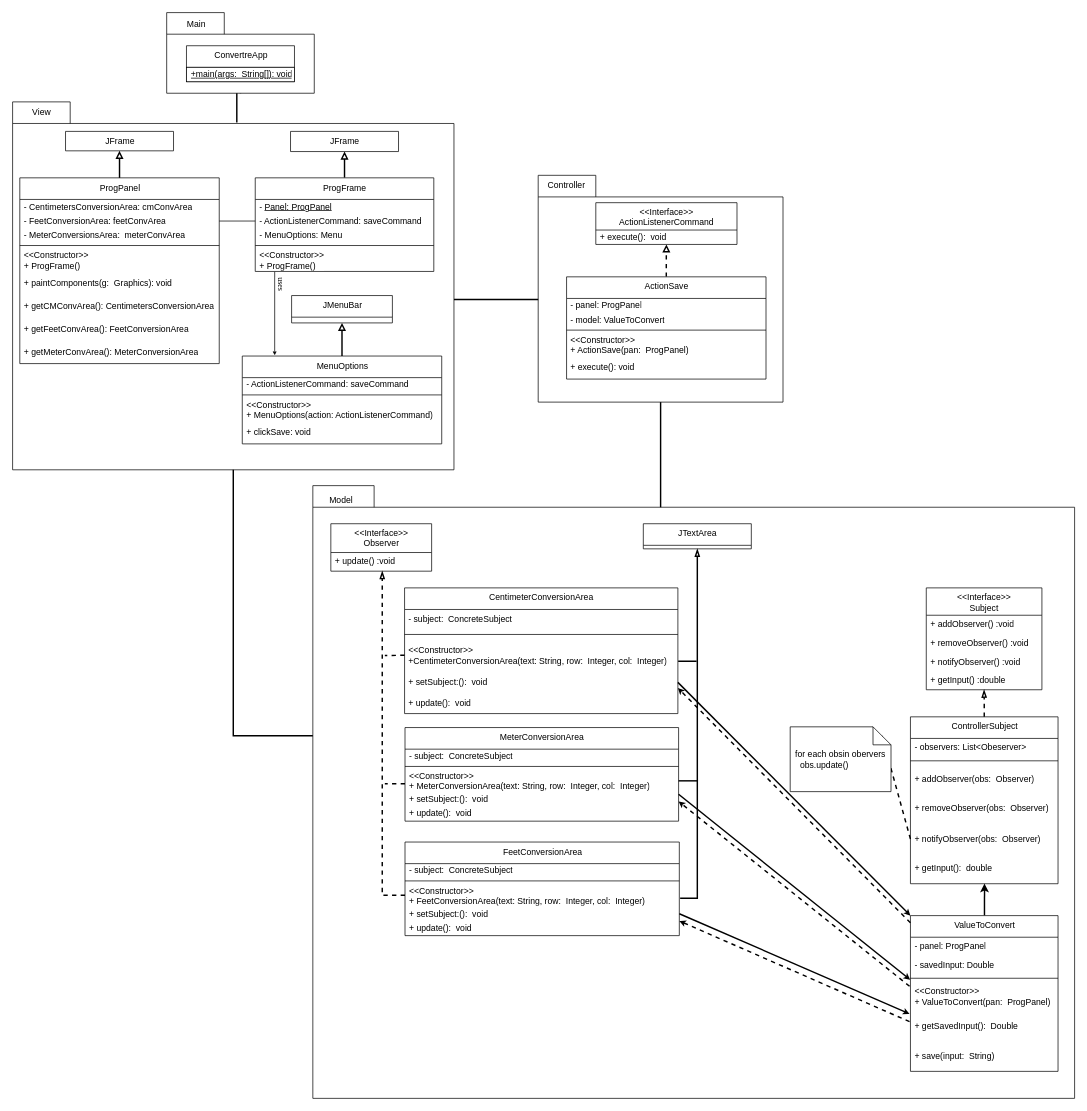
Earlier version of the draw.io diagram ConverterProject.drawio (orionnelson/lab6). Source tidied: cells renumbered, new cells numbered last; positions are measured from the earlier drawing's top-left corner, leaving out a move shared by most shapes. Both pictures are drawn from the tidied source at 72%, with x=0, y=0 at pixel (12, 12).
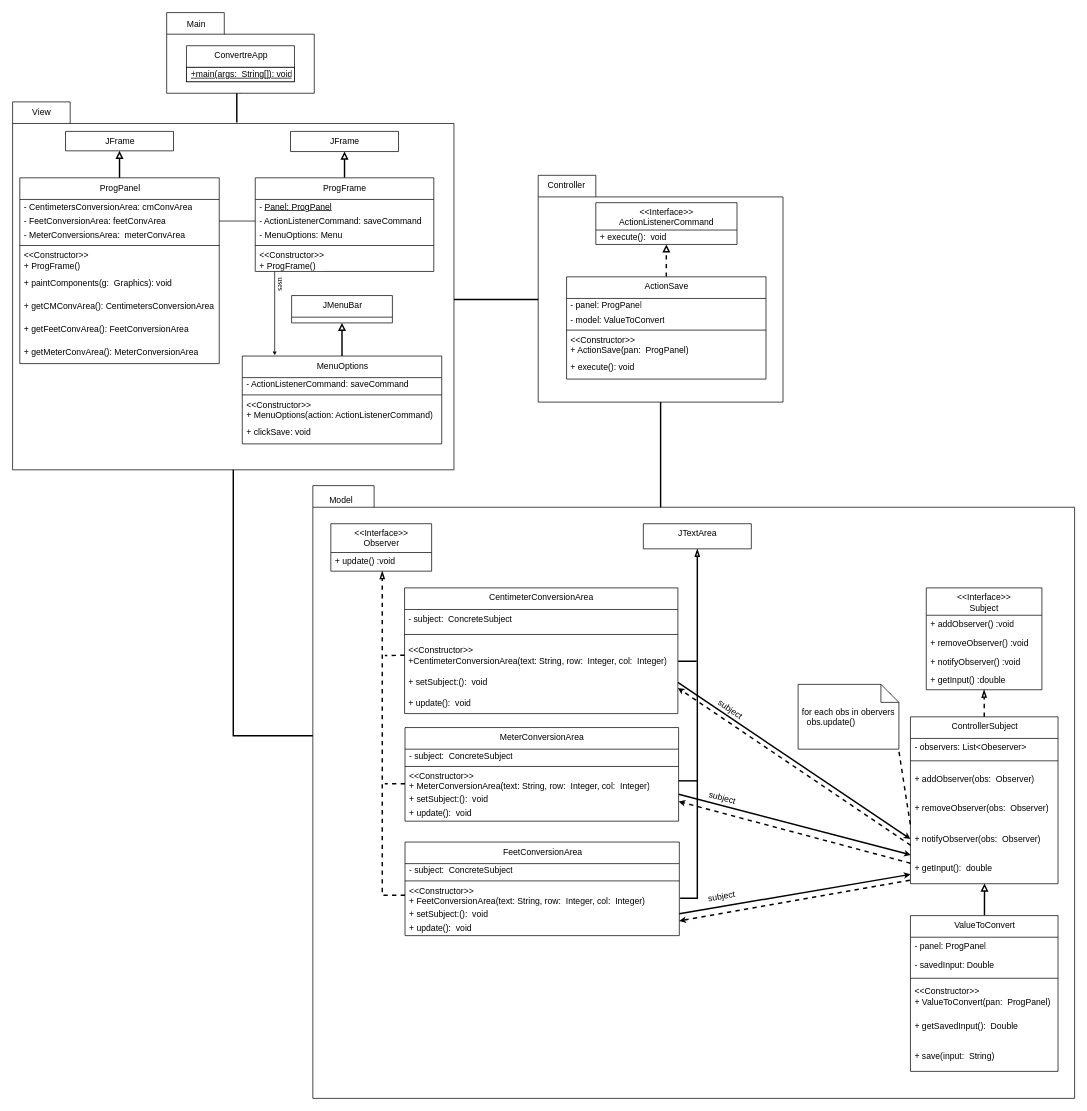
Above is the later version.

Commit message (it also covers changes not shown here):
Revised changes to UML and Report

The change refers to these unchanged cells:
```xml
<mxCell id="68" value="+ setSubject:():&amp;nbsp; void" style="text;html=1;strokeColor=none;fillColor=none;align=left;verticalAlign=middle;spacingLeft=4;spacingRight=4;overflow=hidden;points=[[0,0.5],[1,0.5]];portConstraint=eastwest;fontColor=default;" parent="64" vertex="1">
  <mxGeometry y="116.8" width="379.6" height="28.9" as="geometry" />
</mxCell>
<mxCell id="87" value="+ notifyObserver(obs:&amp;nbsp; Observer)" style="text;html=1;strokeColor=none;fillColor=none;align=left;verticalAlign=middle;spacingLeft=4;spacingRight=4;overflow=hidden;points=[[0,0.5],[1,0.5]];portConstraint=eastwest;fontColor=default;labelBackgroundColor=default;" parent="82" vertex="1">
  <mxGeometry y="149" width="205" height="41.4" as="geometry" />
</mxCell>
<mxCell id="88" value="+ getInput():&amp;nbsp; double" style="text;html=1;strokeColor=none;fillColor=none;align=left;verticalAlign=middle;spacingLeft=4;spacingRight=4;overflow=hidden;points=[[0,0.5],[1,0.5]];portConstraint=eastwest;fontColor=default;labelBackgroundColor=default;" parent="82" vertex="1">
  <mxGeometry y="190.4" width="205" height="41.4" as="geometry" />
</mxCell>
<mxCell id="100" value="ValueToConvert" style="swimlane;fontStyle=0;align=center;verticalAlign=top;horizontal=1;startSize=30;html=1;fillColor=default;strokeColor=default;fontColor=default;labelBackgroundColor=default;" parent="1" vertex="1">
  <mxGeometry x="1247" y="1254.2" width="205" height="216.3" as="geometry" />
</mxCell>
<mxCell id="103" style="line;strokeWidth=1;fillColor=none;align=left;verticalAlign=middle;spacingTop=-1;spacingLeft=3;spacingRight=3;labelPosition=right;points=[];portConstraint=eastwest;strokeColor=default;labelBackgroundColor=default;fontColor=default;" parent="100" vertex="1">
  <mxGeometry y="81.8" width="205" height="10.4" as="geometry" />
</mxCell>
<mxCell id="104" value="&amp;lt;&amp;lt;Constructor&amp;gt;&amp;gt;&lt;br&gt;+ ValueToConvert(pan:&amp;nbsp; ProgPanel)" style="text;html=1;strokeColor=none;fillColor=none;align=left;verticalAlign=middle;spacingLeft=4;spacingRight=4;overflow=hidden;points=[[0,0.5],[1,0.5]];portConstraint=eastwest;fontColor=default;labelBackgroundColor=default;" parent="100" vertex="1">
  <mxGeometry y="92.1" width="205" height="41.4" as="geometry" />
</mxCell>
<mxCell id="105" value="+ getSavedInput():&amp;nbsp; Double" style="text;html=1;strokeColor=none;fillColor=none;align=left;verticalAlign=middle;spacingLeft=4;spacingRight=4;overflow=hidden;points=[[0,0.5],[1,0.5]];portConstraint=eastwest;fontColor=default;labelBackgroundColor=default;" parent="100" vertex="1">
  <mxGeometry y="133.5" width="205" height="41.4" as="geometry" />
</mxCell>
```

Change to the diagram source:
```diff
@@
-    <mxCell id="81" style="edgeStyle=none;rounded=0;jettySize=auto;html=1;fontFamily=Times New Roman;endArrow=classic;endFill=1;strokeWidth=2;entryX=0.502;entryY=0.996;entryDx=0;entryDy=0;entryPerimeter=0;" parent="1" edge="1" source="100" target="88">
+    <mxCell id="81" style="edgeStyle=none;rounded=0;jettySize=auto;html=1;fontFamily=Helvetica;endArrow=block;endFill=0;strokeWidth=2;entryX=0.502;entryY=0.996;entryDx=0;entryDy=0;entryPerimeter=0;" parent="1" edge="1" source="100" target="88">
       <mxGeometry x="81.5" y="855" as="geometry" />
     </mxCell>
@@
-    <mxCell id="90" style="rounded=0;jettySize=auto;html=1;exitX=0;exitY=0.5;exitDx=0;exitDy=0;fontFamily=Times New Roman;startArrow=none;startFill=0;endArrow=none;endFill=0;strokeWidth=2;entryX=0;entryY=0;entryDx=127.5;entryDy=12.5;entryPerimeter=0;dashed=1;" parent="1" edge="1" source="87" target="107">
+    <mxCell id="90" style="rounded=0;jettySize=auto;html=1;exitX=-0.001;exitY=0.011;exitDx=0;exitDy=0;fontFamily=Times New Roman;startArrow=none;startFill=0;endArrow=none;endFill=0;strokeWidth=2;entryX=0;entryY=0;entryDx=127.5;entryDy=12.5;entryPerimeter=0;dashed=1;exitPerimeter=0;" parent="1" edge="1" source="87" target="107">
       <mxGeometry relative="1" as="geometry" />
     </mxCell>
@@
-    <mxCell id="99" value="JTextArea" style="swimlane;fontStyle=0;align=center;verticalAlign=top;horizontal=1;startSize=30;html=1;fillColor=default;strokeColor=default;fontColor=default;" parent="1" vertex="1">
+    <mxCell id="99" value="JTextArea" style="swimlane;fontStyle=0;align=center;verticalAlign=top;horizontal=1;startSize=35;html=1;fillColor=default;strokeColor=default;fontColor=default;" parent="1" vertex="1">
       <mxGeometry x="876" y="709.9" width="150" height="34.9" as="geometry" />
     </mxCell>
@@
-    <mxCell id="107" value="&lt;div&gt;for each obsin obervers&lt;/div&gt;&lt;div align=&quot;left&quot;&gt;&amp;nbsp; obs.update()&lt;br&gt;&lt;/div&gt;" style="shape=note2;boundedLbl=1;whiteSpace=wrap;html=1;size=25;verticalAlign=top;align=center;fontSize=12;" parent="1" vertex="1">
-      <mxGeometry x="1080" y="992" width="140" height="90" as="geometry" />
+    <mxCell id="107" value="&lt;div&gt;for each obs in obervers&lt;/div&gt;&lt;div align=&quot;left&quot;&gt;&amp;nbsp; obs.update()&lt;br&gt;&lt;/div&gt;" style="shape=note2;boundedLbl=1;whiteSpace=wrap;html=1;size=25;verticalAlign=top;align=center;fontSize=12;" parent="1" vertex="1">
+      <mxGeometry x="1091" y="933" width="140" height="90" as="geometry" />
     </mxCell>
@@
+    <mxCell id="118" value="subject" style="text;html=1;strokeColor=none;fillColor=none;align=center;verticalAlign=middle;whiteSpace=wrap;rounded=0;rotation=35;" parent="1" vertex="1">
+      <mxGeometry x="967" y="953" width="60" height="30" as="geometry" />
+    </mxCell>
+    <mxCell id="119" value="subject" style="text;html=1;strokeColor=none;fillColor=none;align=center;verticalAlign=middle;whiteSpace=wrap;rounded=0;rotation=15;" parent="1" vertex="1">
+      <mxGeometry x="956" y="1076" width="60" height="30" as="geometry" />
+    </mxCell>
+    <mxCell id="120" value="subject" style="text;html=1;strokeColor=none;fillColor=none;align=center;verticalAlign=middle;whiteSpace=wrap;rounded=0;rotation=-10;" parent="1" vertex="1">
+      <mxGeometry x="955" y="1213" width="60" height="30" as="geometry" />
+    </mxCell>
@@
-    <mxCell id="111" style="endArrow=none;html=1;rounded=0;fontFamily=Times New Roman;startSize=3;endSize=3;strokeWidth=2;startArrow=classic;startFill=1;endFill=0;exitX=0;exitY=0;exitDx=0;exitDy=0;entryX=1;entryY=0.5;entryDx=0;entryDy=0;" parent="110" edge="1" source="100" target="68">
+    <mxCell id="111" style="endArrow=none;html=1;rounded=0;fontFamily=Times New Roman;startSize=3;endSize=3;strokeWidth=2;startArrow=classic;startFill=1;endFill=0;exitX=0;exitY=0.5;exitDx=0;exitDy=0;entryX=1;entryY=0.5;entryDx=0;entryDy=0;" parent="110" edge="1" source="87" target="68">
       <mxGeometry x="603" y="1126" as="geometry" />
     </mxCell>
-    <mxCell id="112" style="endArrow=classic;html=1;rounded=0;fontFamily=Times New Roman;startSize=3;endSize=3;strokeWidth=2;startArrow=none;startFill=0;endFill=1;exitX=0;exitY=0;exitDx=0;exitDy=0;entryX=1;entryY=0.769;entryDx=0;entryDy=0;dashed=1;entryPerimeter=0;" parent="110" edge="1" target="68">
-      <mxGeometry x="603" y="1136" as="geometry">
-        <mxPoint x="1247" y="1264.2" as="sourcePoint" />
-      </mxGeometry>
+    <mxCell id="112" style="endArrow=classic;html=1;rounded=0;fontFamily=Times New Roman;startSize=3;endSize=3;strokeWidth=2;startArrow=none;startFill=0;endFill=1;exitX=0.002;exitY=0.711;exitDx=0;exitDy=0;entryX=1;entryY=0.769;entryDx=0;entryDy=0;dashed=1;entryPerimeter=0;exitPerimeter=0;" parent="110" edge="1" source="87" target="68">
+      <mxGeometry x="603" y="1136" as="geometry" />
     </mxCell>
-    <mxCell id="113" style="endArrow=none;html=1;rounded=0;fontFamily=Times New Roman;startSize=3;endSize=3;strokeWidth=2;startArrow=classic;startFill=1;endFill=0;exitX=-0.002;exitY=0.698;exitDx=0;exitDy=0;entryX=1;entryY=0.5;entryDx=0;entryDy=0;exitPerimeter=0;" parent="110" edge="1" source="103">
+    <mxCell id="113" style="endArrow=none;html=1;rounded=0;fontFamily=Times New Roman;startSize=3;endSize=3;strokeWidth=2;startArrow=classic;startFill=1;endFill=0;exitX=0.002;exitY=1.033;exitDx=0;exitDy=0;entryX=1;entryY=0.5;entryDx=0;entryDy=0;exitPerimeter=0;" parent="110" edge="1" source="87">
       <mxGeometry x="604" y="1319" as="geometry">
         <mxPoint x="925" y="1085.6" as="targetPoint" />
       </mxGeometry>
     </mxCell>
-    <mxCell id="114" style="endArrow=classic;html=1;rounded=0;fontFamily=Times New Roman;startSize=3;endSize=3;strokeWidth=2;startArrow=none;startFill=0;endFill=1;exitX=-0.006;exitY=0.146;exitDx=0;exitDy=0;entryX=1;entryY=0.5;entryDx=0;entryDy=0;dashed=1;exitPerimeter=0;" parent="110" edge="1" source="104">
+    <mxCell id="114" style="endArrow=classic;html=1;rounded=0;fontFamily=Times New Roman;startSize=3;endSize=3;strokeWidth=2;startArrow=none;startFill=0;endFill=1;exitX=0;exitY=0.311;exitDx=0;exitDy=0;entryX=1;entryY=0.5;entryDx=0;entryDy=0;dashed=1;exitPerimeter=0;" parent="110" edge="1" source="88">
       <mxGeometry x="604" y="1329" as="geometry">
         <mxPoint x="925" y="1095.6" as="targetPoint" />
       </mxGeometry>
     </mxCell>
-    <mxCell id="115" style="endArrow=none;html=1;rounded=0;fontFamily=Times New Roman;startSize=3;endSize=3;strokeWidth=2;startArrow=classic;startFill=1;endFill=0;exitX=-0.006;exitY=0.072;exitDx=0;exitDy=0;entryX=1;entryY=0.5;entryDx=0;entryDy=0;exitPerimeter=0;" parent="110" edge="1" source="105">
+    <mxCell id="115" style="endArrow=none;html=1;rounded=0;fontFamily=Times New Roman;startSize=3;endSize=3;strokeWidth=2;startArrow=classic;startFill=1;endFill=0;exitX=0;exitY=0.686;exitDx=0;exitDy=0;entryX=1;entryY=0.5;entryDx=0;entryDy=0;exitPerimeter=0;" parent="110" edge="1" source="88">
       <mxGeometry x="605" y="1485" as="geometry">
         <mxPoint x="926" y="1251.6" as="targetPoint" />
       </mxGeometry>
     </mxCell>
-    <mxCell id="116" style="endArrow=classic;html=1;rounded=0;fontFamily=Times New Roman;startSize=3;endSize=3;strokeWidth=2;startArrow=none;startFill=0;endFill=1;exitX=-0.006;exitY=0.333;exitDx=0;exitDy=0;entryX=1;entryY=0.5;entryDx=0;entryDy=0;dashed=1;exitPerimeter=0;" parent="110" edge="1" source="105">
+    <mxCell id="116" style="endArrow=classic;html=1;rounded=0;fontFamily=Times New Roman;startSize=3;endSize=3;strokeWidth=2;startArrow=none;startFill=0;endFill=1;exitX=-0.004;exitY=0.883;exitDx=0;exitDy=0;entryX=1;entryY=0.5;entryDx=0;entryDy=0;dashed=1;exitPerimeter=0;" parent="110" edge="1" source="88">
       <mxGeometry x="605" y="1495" as="geometry">
         <mxPoint x="926" y="1261.6" as="targetPoint" />
       </mxGeometry>
     </mxCell>
```
